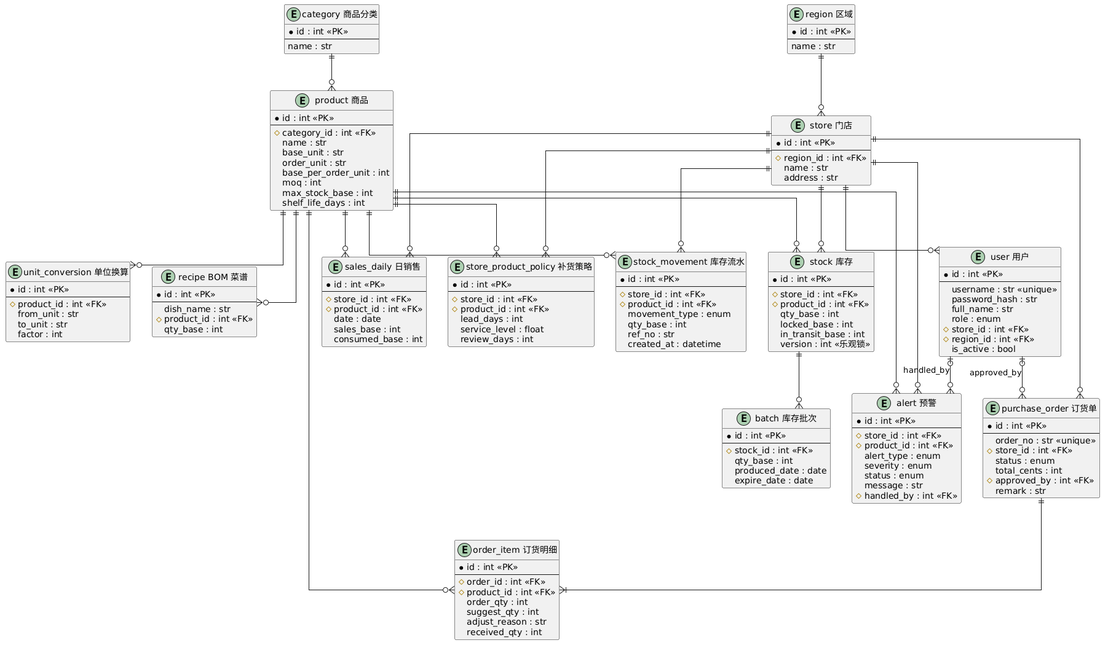
This is docs/uml/13-ER图.png from chenpingan6158-a11y/intelligent-replenishment-system, a PlantUML export, as it was before one commit.
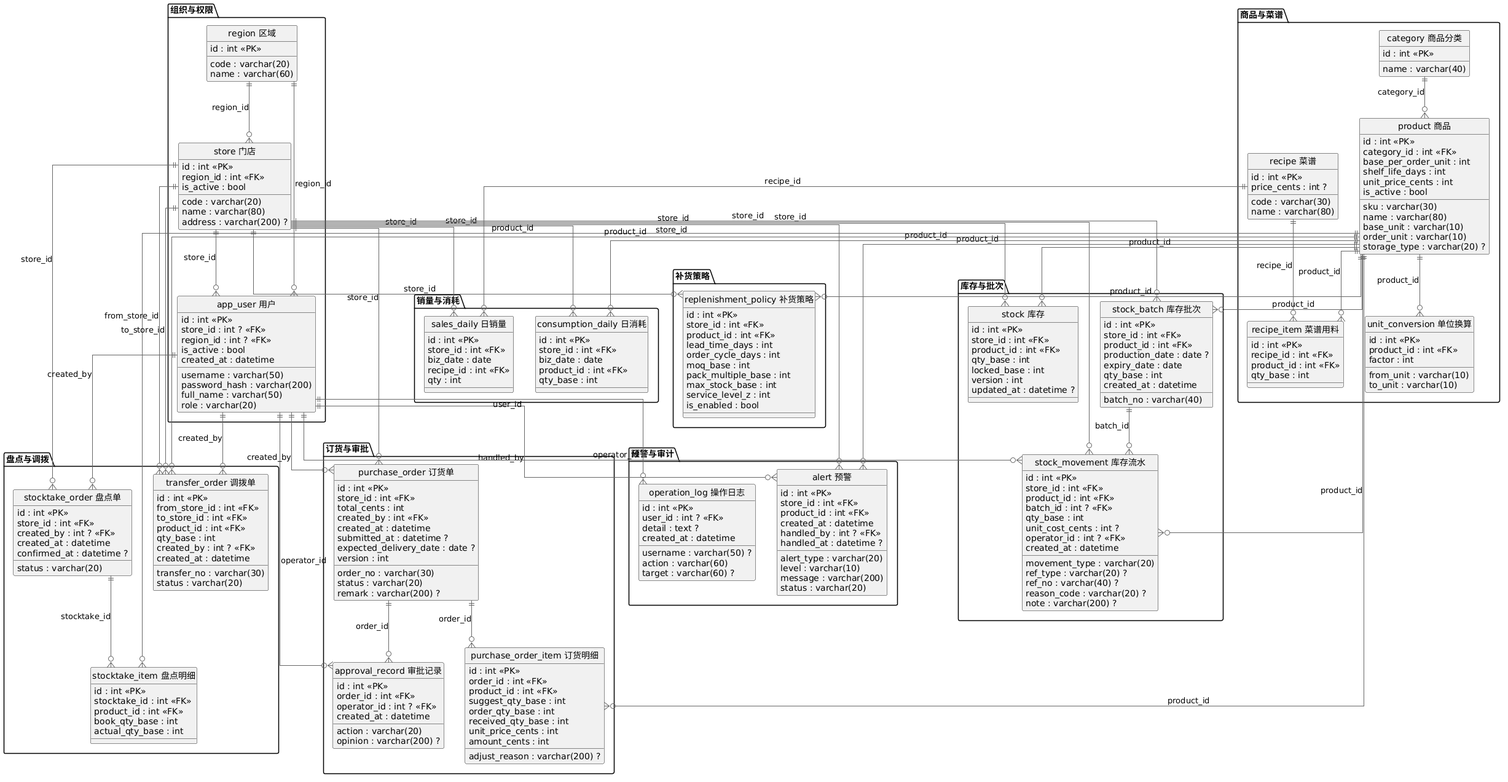
After the commit.

The edit, as a diff of the source:
```diff
@@ -1,158 +1,261 @@
 @startuml
 skinparam backgroundColor #FFFFFF
 skinparam linetype ortho
-entity "region 区域" as region {
-  * id : int <<PK>>
-  --
-  name : str
+skinparam arrowColor #666666
+hide circle
+package "组织与权限" {
+  entity "region 区域" as t_region {
+    id : int <<PK>>
+    code : varchar(20)
+    name : varchar(60)
+  }
+  entity "store 门店" as t_store {
+    id : int <<PK>>
+    code : varchar(20)
+    name : varchar(80)
+    region_id : int <<FK>>
+    address : varchar(200) ?
+    is_active : bool
+  }
+  entity "app_user 用户" as t_app_user {
+    id : int <<PK>>
+    username : varchar(50)
+    password_hash : varchar(200)
+    full_name : varchar(50)
+    role : varchar(20)
+    store_id : int ? <<FK>>
+    region_id : int ? <<FK>>
+    is_active : bool
+    created_at : datetime
+  }
 }
-entity "store 门店" as store {
-  * id : int <<PK>>
-  --
-  # region_id : int <<FK>>
-  name : str
-  address : str
+package "商品与菜谱" {
+  entity "category 商品分类" as t_category {
+    id : int <<PK>>
+    name : varchar(40)
+  }
+  entity "product 商品" as t_product {
+    id : int <<PK>>
+    sku : varchar(30)
+    name : varchar(80)
+    category_id : int <<FK>>
+    base_unit : varchar(10)
+    order_unit : varchar(10)
+    base_per_order_unit : int
+    shelf_life_days : int
+    storage_type : varchar(20) ?
+    unit_price_cents : int
+    is_active : bool
+  }
+  entity "unit_conversion 单位换算" as t_unit_conversion {
+    id : int <<PK>>
+    product_id : int <<FK>>
+    from_unit : varchar(10)
+    to_unit : varchar(10)
+    factor : int
+  }
+  entity "recipe 菜谱" as t_recipe {
+    id : int <<PK>>
+    code : varchar(30)
+    name : varchar(80)
+    price_cents : int ?
+  }
+  entity "recipe_item 菜谱用料" as t_recipe_item {
+    id : int <<PK>>
+    recipe_id : int <<FK>>
+    product_id : int <<FK>>
+    qty_base : int
+  }
 }
-entity "user 用户" as user {
-  * id : int <<PK>>
-  --
-  username : str <<unique>>
-  password_hash : str
-  full_name : str
-  role : enum
-  # store_id : int <<FK>>
-  # region_id : int <<FK>>
-  is_active : bool
+package "库存与批次" {
+  entity "stock 库存" as t_stock {
+    id : int <<PK>>
+    store_id : int <<FK>>
+    product_id : int <<FK>>
+    qty_base : int
+    locked_base : int
+    version : int
+    updated_at : datetime ?
+  }
+  entity "stock_batch 库存批次" as t_stock_batch {
+    id : int <<PK>>
+    store_id : int <<FK>>
+    product_id : int <<FK>>
+    batch_no : varchar(40)
+    production_date : date ?
+    expiry_date : date
+    qty_base : int
+    created_at : datetime
+  }
+  entity "stock_movement 库存流水" as t_stock_movement {
+    id : int <<PK>>
+    store_id : int <<FK>>
+    product_id : int <<FK>>
+    batch_id : int ? <<FK>>
+    movement_type : varchar(20)
+    qty_base : int
+    unit_cost_cents : int ?
+    ref_type : varchar(20) ?
+    ref_no : varchar(40) ?
+    reason_code : varchar(20) ?
+    operator_id : int ? <<FK>>
+    note : varchar(200) ?
+    created_at : datetime
+  }
 }
-entity "category 商品分类" as category {
-  * id : int <<PK>>
-  --
-  name : str
+package "盘点与调拨" {
+  entity "stocktake_order 盘点单" as t_stocktake_order {
+    id : int <<PK>>
+    store_id : int <<FK>>
+    status : varchar(20)
+    created_by : int ? <<FK>>
+    created_at : datetime
+    confirmed_at : datetime ?
+  }
+  entity "stocktake_item 盘点明细" as t_stocktake_item {
+    id : int <<PK>>
+    stocktake_id : int <<FK>>
+    product_id : int <<FK>>
+    book_qty_base : int
+    actual_qty_base : int
+  }
+  entity "transfer_order 调拨单" as t_transfer_order {
+    id : int <<PK>>
+    transfer_no : varchar(30)
+    from_store_id : int <<FK>>
+    to_store_id : int <<FK>>
+    product_id : int <<FK>>
+    qty_base : int
+    status : varchar(20)
+    created_by : int ? <<FK>>
+    created_at : datetime
+  }
 }
-entity "product 商品" as product {
-  * id : int <<PK>>
-  --
-  # category_id : int <<FK>>
-  name : str
-  base_unit : str
-  order_unit : str
-  base_per_order_unit : int
-  moq : int
-  max_stock_base : int
-  shelf_life_days : int
+package "销量与消耗" {
+  entity "sales_daily 日销量" as t_sales_daily {
+    id : int <<PK>>
+    store_id : int <<FK>>
+    biz_date : date
+    recipe_id : int <<FK>>
+    qty : int
+  }
+  entity "consumption_daily 日消耗" as t_consumption_daily {
+    id : int <<PK>>
+    store_id : int <<FK>>
+    biz_date : date
+    product_id : int <<FK>>
+    qty_base : int
+  }
 }
-entity "unit_conversion 单位换算" as uc {
-  * id : int <<PK>>
-  --
-  # product_id : int <<FK>>
-  from_unit : str
-  to_unit : str
-  factor : int
+package "补货策略" {
+  entity "replenishment_policy 补货策略" as t_replenishment_policy {
+    id : int <<PK>>
+    store_id : int <<FK>>
+    product_id : int <<FK>>
+    lead_time_days : int
+    order_cycle_days : int
+    moq_base : int
+    pack_multiple_base : int
+    max_stock_base : int
+    service_level_z : int
+    is_enabled : bool
+  }
 }
-entity "recipe BOM 菜谱" as recipe {
-  * id : int <<PK>>
-  --
-  dish_name : str
-  # product_id : int <<FK>>
-  qty_base : int
+package "订货与审批" {
+  entity "purchase_order 订货单" as t_purchase_order {
+    id : int <<PK>>
+    order_no : varchar(30)
+    store_id : int <<FK>>
+    status : varchar(20)
+    total_cents : int
+    created_by : int <<FK>>
+    created_at : datetime
+    submitted_at : datetime ?
+    expected_delivery_date : date ?
+    remark : varchar(200) ?
+    version : int
+  }
+  entity "purchase_order_item 订货明细" as t_purchase_order_item {
+    id : int <<PK>>
+    order_id : int <<FK>>
+    product_id : int <<FK>>
+    suggest_qty_base : int
+    order_qty_base : int
+    received_qty_base : int
+    unit_price_cents : int
+    amount_cents : int
+    adjust_reason : varchar(200) ?
+  }
+  entity "approval_record 审批记录" as t_approval_record {
+    id : int <<PK>>
+    order_id : int <<FK>>
+    action : varchar(20)
+    operator_id : int ? <<FK>>
+    opinion : varchar(200) ?
+    created_at : datetime
+  }
 }
-entity "stock 库存" as stock {
-  * id : int <<PK>>
-  --
-  # store_id : int <<FK>>
-  # product_id : int <<FK>>
-  qty_base : int
-  locked_base : int
-  in_transit_base : int
-  version : int <<乐观锁>>
-}
-entity "batch 库存批次" as batch {
-  * id : int <<PK>>
-  --
-  # stock_id : int <<FK>>
-  qty_base : int
-  produced_date : date
-  expire_date : date
-}
-entity "stock_movement 库存流水" as movement {
-  * id : int <<PK>>
-  --
-  # store_id : int <<FK>>
-  # product_id : int <<FK>>
-  movement_type : enum
-  qty_base : int
-  ref_no : str
-  created_at : datetime
-}
-entity "sales_daily 日销售" as sales {
-  * id : int <<PK>>
-  --
-  # store_id : int <<FK>>
-  # product_id : int <<FK>>
-  date : date
-  sales_base : int
-  consumed_base : int
-}
-entity "store_product_policy 补货策略" as policy {
-  * id : int <<PK>>
-  --
-  # store_id : int <<FK>>
-  # product_id : int <<FK>>
-  lead_days : int
-  service_level : float
-  review_days : int
-}
-entity "purchase_order 订货单" as po {
-  * id : int <<PK>>
-  --
-  order_no : str <<unique>>
-  # store_id : int <<FK>>
-  status : enum
-  total_cents : int
-  # approved_by : int <<FK>>
-  remark : str
-}
-entity "order_item 订货明细" as oi {
-  * id : int <<PK>>
-  --
-  # order_id : int <<FK>>
-  # product_id : int <<FK>>
-  order_qty : int
-  suggest_qty : int
-  adjust_reason : str
-  received_qty : int
-}
-entity "alert 预警" as alert {
-  * id : int <<PK>>
-  --
-  # store_id : int <<FK>>
-  # product_id : int <<FK>>
-  alert_type : enum
-  severity : enum
-  status : enum
-  message : str
-  # handled_by : int <<FK>>
+package "预警与审计" {
+  entity "alert 预警" as t_alert {
+    id : int <<PK>>
+    store_id : int <<FK>>
+    product_id : int <<FK>>
+    alert_type : varchar(20)
+    level : varchar(10)
+    message : varchar(200)
+    status : varchar(20)
+    created_at : datetime
+    handled_by : int ? <<FK>>
+    handled_at : datetime ?
+  }
+  entity "operation_log 操作日志" as t_operation_log {
+    id : int <<PK>>
+    user_id : int ? <<FK>>
+    username : varchar(50) ?
+    action : varchar(60)
+    target : varchar(60) ?
+    detail : text ?
+    created_at : datetime
+  }
 }
 
-region ||--o{ store
-store ||--o{ user
-category ||--o{ product
-product ||--o{ uc
-product ||--o{ recipe
-store ||--o{ stock
-product ||--o{ stock
-stock ||--o{ batch
-store ||--o{ movement
-product ||--o{ movement
-store ||--o{ sales
-product ||--o{ sales
-store ||--o{ policy
-product ||--o{ policy
-store ||--o{ po
-po ||--|{ oi
-product ||--o{ oi
-store ||--o{ alert
-product ||--o{ alert
-user |o--o{ po : approved_by
-user |o--o{ alert : handled_by
+t_store ||--o{ t_alert : store_id
+t_product ||--o{ t_alert : product_id
+t_app_user ||--o{ t_alert : handled_by
+t_store ||--o{ t_app_user : store_id
+t_region ||--o{ t_app_user : region_id
+t_purchase_order ||--o{ t_approval_record : order_id
+t_app_user ||--o{ t_approval_record : operator_id
+t_store ||--o{ t_consumption_daily : store_id
+t_product ||--o{ t_consumption_daily : product_id
+t_app_user ||--o{ t_operation_log : user_id
+t_category ||--o{ t_product : category_id
+t_store ||--o{ t_purchase_order : store_id
+t_app_user ||--o{ t_purchase_order : created_by
+t_purchase_order ||--o{ t_purchase_order_item : order_id
+t_product ||--o{ t_purchase_order_item : product_id
+t_recipe ||--o{ t_recipe_item : recipe_id
+t_product ||--o{ t_recipe_item : product_id
+t_store ||--o{ t_replenishment_policy : store_id
+t_product ||--o{ t_replenishment_policy : product_id
+t_store ||--o{ t_sales_daily : store_id
+t_recipe ||--o{ t_sales_daily : recipe_id
+t_store ||--o{ t_stock : store_id
+t_product ||--o{ t_stock : product_id
+t_store ||--o{ t_stock_batch : store_id
+t_product ||--o{ t_stock_batch : product_id
+t_store ||--o{ t_stock_movement : store_id
+t_product ||--o{ t_stock_movement : product_id
+t_stock_batch ||--o{ t_stock_movement : batch_id
+t_app_user ||--o{ t_stock_movement : operator_id
+t_stocktake_order ||--o{ t_stocktake_item : stocktake_id
+t_product ||--o{ t_stocktake_item : product_id
+t_store ||--o{ t_stocktake_order : store_id
+t_app_user ||--o{ t_stocktake_order : created_by
+t_region ||--o{ t_store : region_id
+t_store ||--o{ t_transfer_order : from_store_id
+t_store ||--o{ t_transfer_order : to_store_id
+t_product ||--o{ t_transfer_order : product_id
+t_app_user ||--o{ t_transfer_order : created_by
+t_product ||--o{ t_unit_conversion : product_id
 @enduml
```
